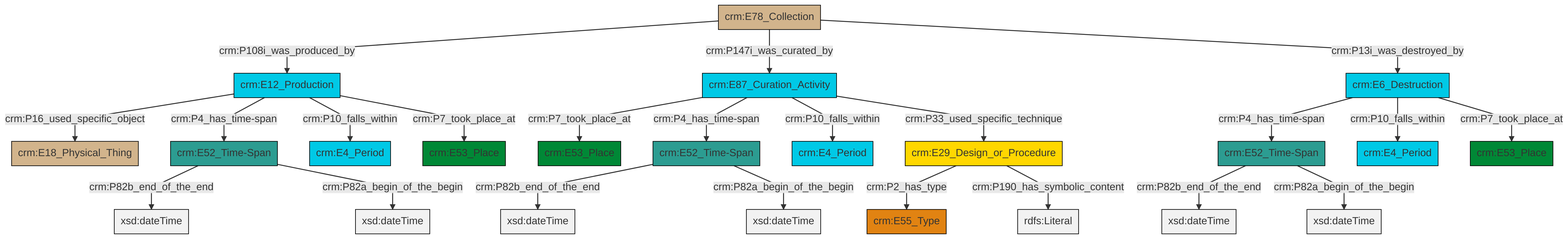
Above: et/archivalCSV/ttl/mmd/png/archival_existence.png in swiss-art-research-net/docs.swissartresearch (Mermaid), before the change. Its source is kept beside it as et/archivalCSV/ttl/mmd/archival_existence.ttl.mmd.
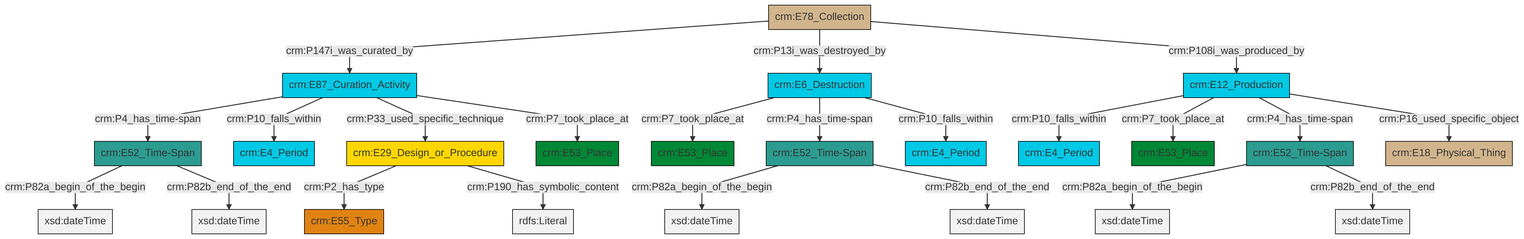
After the commit.

The edit, as a diff of the source:
```diff
@@ -13,25 +13,25 @@
 classDef PC_Classes fill:#4ce600, stroke:#000000;
 classDef Multi fill:#cccccc,stroke:#000000;
 
-0["crm:E52_Time-Span"]:::Time-Span -->|crm:P82b_end_of_the_end| 1[xsd:dateTime]:::Literal
-8["crm:E6_Destruction"]:::Temporal_Entity -->|crm:P4_has_time-span| 9["crm:E52_Time-Span"]:::Time-Span
-2["crm:E78_Collection"]:::Physical_Thing -->|crm:P108i_was_produced_by| 14["crm:E12_Production"]:::Temporal_Entity
-6["crm:E52_Time-Span"]:::Time-Span -->|crm:P82b_end_of_the_end| 15[xsd:dateTime]:::Literal
-8["crm:E6_Destruction"]:::Temporal_Entity -->|crm:P10_falls_within| 16["crm:E4_Period"]:::Temporal_Entity
-19["crm:E87_Curation_Activity"]:::Temporal_Entity -->|crm:P7_took_place_at| 4["crm:E53_Place"]:::Place
-2["crm:E78_Collection"]:::Physical_Thing -->|crm:P147i_was_curated_by| 19["crm:E87_Curation_Activity"]:::Temporal_Entity
-23["crm:E29_Design_or_Procedure"]:::Conceptual_Object -->|crm:P2_has_type| 10["crm:E55_Type"]:::Type
-9["crm:E52_Time-Span"]:::Time-Span -->|crm:P82b_end_of_the_end| 24[xsd:dateTime]:::Literal
-9["crm:E52_Time-Span"]:::Time-Span -->|crm:P82a_begin_of_the_begin| 28[xsd:dateTime]:::Literal
-23["crm:E29_Design_or_Procedure"]:::Conceptual_Object -->|crm:P190_has_symbolic_content| 29[rdfs:Literal]:::Literal
-19["crm:E87_Curation_Activity"]:::Temporal_Entity -->|crm:P4_has_time-span| 6["crm:E52_Time-Span"]:::Time-Span
-19["crm:E87_Curation_Activity"]:::Temporal_Entity -->|crm:P10_falls_within| 17["crm:E4_Period"]:::Temporal_Entity
-14["crm:E12_Production"]:::Temporal_Entity -->|crm:P16_used_specific_object| 20["crm:E18_Physical_Thing"]:::Physical_Thing
-8["crm:E6_Destruction"]:::Temporal_Entity -->|crm:P7_took_place_at| 12["crm:E53_Place"]:::Place
-6["crm:E52_Time-Span"]:::Time-Span -->|crm:P82a_begin_of_the_begin| 34[xsd:dateTime]:::Literal
-14["crm:E12_Production"]:::Temporal_Entity -->|crm:P4_has_time-span| 0["crm:E52_Time-Span"]:::Time-Span
-19["crm:E87_Curation_Activity"]:::Temporal_Entity -->|crm:P33_used_specific_technique| 23["crm:E29_Design_or_Procedure"]:::Conceptual_Object
-2["crm:E78_Collection"]:::Physical_Thing -->|crm:P13i_was_destroyed_by| 8["crm:E6_Destruction"]:::Temporal_Entity
-14["crm:E12_Production"]:::Temporal_Entity -->|crm:P10_falls_within| 26["crm:E4_Period"]:::Temporal_Entity
-14["crm:E12_Production"]:::Temporal_Entity -->|crm:P7_took_place_at| 31["crm:E53_Place"]:::Place
-0["crm:E52_Time-Span"]:::Time-Span -->|crm:P82a_begin_of_the_begin| 38[xsd:dateTime]:::Literal
+4["crm:E87_Curation_Activity"]:::Temporal_Entity -->|crm:P4_has_time-span| 5["crm:E52_Time-Span"]:::Time-Span
+8["crm:E78_Collection"]:::Physical_Thing -->|crm:P147i_was_curated_by| 4["crm:E87_Curation_Activity"]:::Temporal_Entity
+9["crm:E52_Time-Span"]:::Time-Span -->|crm:P82a_begin_of_the_begin| 10[xsd:dateTime]:::Literal
+11["crm:E12_Production"]:::Temporal_Entity -->|crm:P10_falls_within| 2["crm:E4_Period"]:::Temporal_Entity
+5["crm:E52_Time-Span"]:::Time-Span -->|crm:P82a_begin_of_the_begin| 16[xsd:dateTime]:::Literal
+8["crm:E78_Collection"]:::Physical_Thing -->|crm:P13i_was_destroyed_by| 6["crm:E6_Destruction"]:::Temporal_Entity
+23["crm:E29_Design_or_Procedure"]:::Conceptual_Object -->|crm:P2_has_type| 17["crm:E55_Type"]:::Type
+23["crm:E29_Design_or_Procedure"]:::Conceptual_Object -->|crm:P190_has_symbolic_content| 26[rdfs:Literal]:::Literal
+5["crm:E52_Time-Span"]:::Time-Span -->|crm:P82b_end_of_the_end| 29[xsd:dateTime]:::Literal
+4["crm:E87_Curation_Activity"]:::Temporal_Entity -->|crm:P10_falls_within| 0["crm:E4_Period"]:::Temporal_Entity
+6["crm:E6_Destruction"]:::Temporal_Entity -->|crm:P7_took_place_at| 33["crm:E53_Place"]:::Place
+12["crm:E52_Time-Span"]:::Time-Span -->|crm:P82a_begin_of_the_begin| 34[xsd:dateTime]:::Literal
+11["crm:E12_Production"]:::Temporal_Entity -->|crm:P7_took_place_at| 14["crm:E53_Place"]:::Place
+8["crm:E78_Collection"]:::Physical_Thing -->|crm:P108i_was_produced_by| 11["crm:E12_Production"]:::Temporal_Entity
+4["crm:E87_Curation_Activity"]:::Temporal_Entity -->|crm:P33_used_specific_technique| 23["crm:E29_Design_or_Procedure"]:::Conceptual_Object
+4["crm:E87_Curation_Activity"]:::Temporal_Entity -->|crm:P7_took_place_at| 31["crm:E53_Place"]:::Place
+6["crm:E6_Destruction"]:::Temporal_Entity -->|crm:P4_has_time-span| 12["crm:E52_Time-Span"]:::Time-Span
+9["crm:E52_Time-Span"]:::Time-Span -->|crm:P82b_end_of_the_end| 35[xsd:dateTime]:::Literal
+12["crm:E52_Time-Span"]:::Time-Span -->|crm:P82b_end_of_the_end| 37[xsd:dateTime]:::Literal
+11["crm:E12_Production"]:::Temporal_Entity -->|crm:P4_has_time-span| 9["crm:E52_Time-Span"]:::Time-Span
+11["crm:E12_Production"]:::Temporal_Entity -->|crm:P16_used_specific_object| 27["crm:E18_Physical_Thing"]:::Physical_Thing
+6["crm:E6_Destruction"]:::Temporal_Entity -->|crm:P10_falls_within| 20["crm:E4_Period"]:::Temporal_Entity
```
